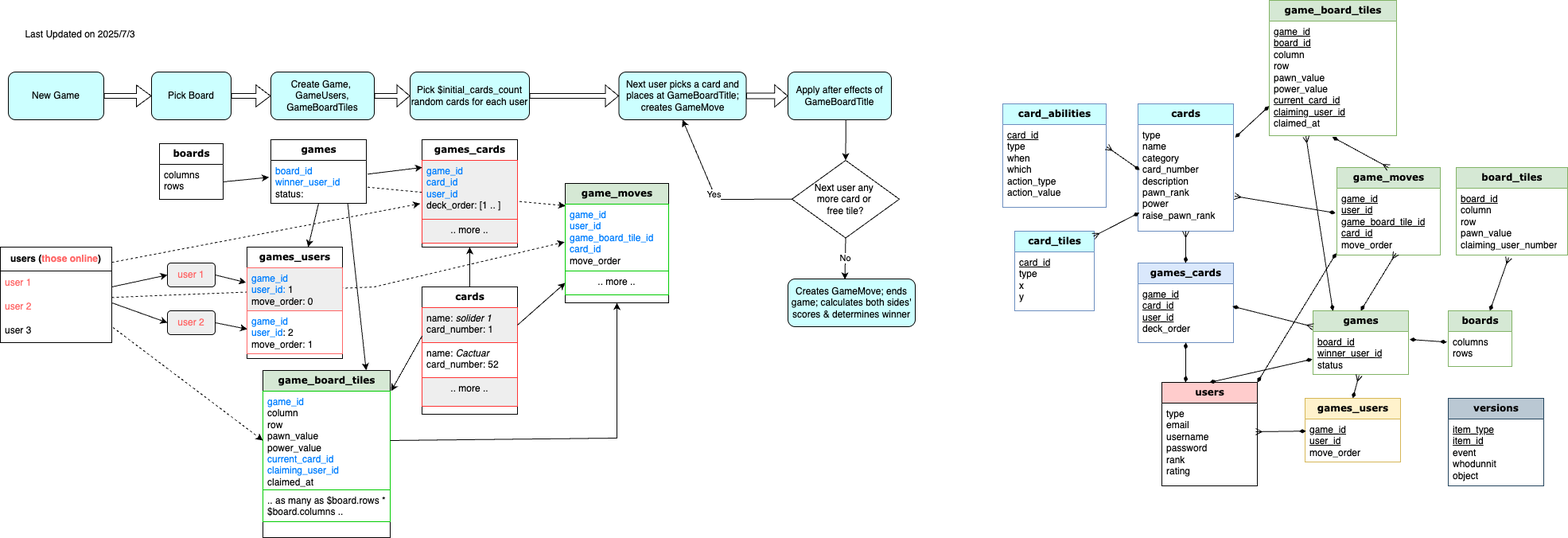
The draw.io diagram doc/diagrams/EER.drawio.png in briangan/queens_blood_by_fan, before a commit. Source tidied: cells renumbered, new cells last; positions are measured from the earlier drawing's top-left corner, leaving out a move shared by most shapes.
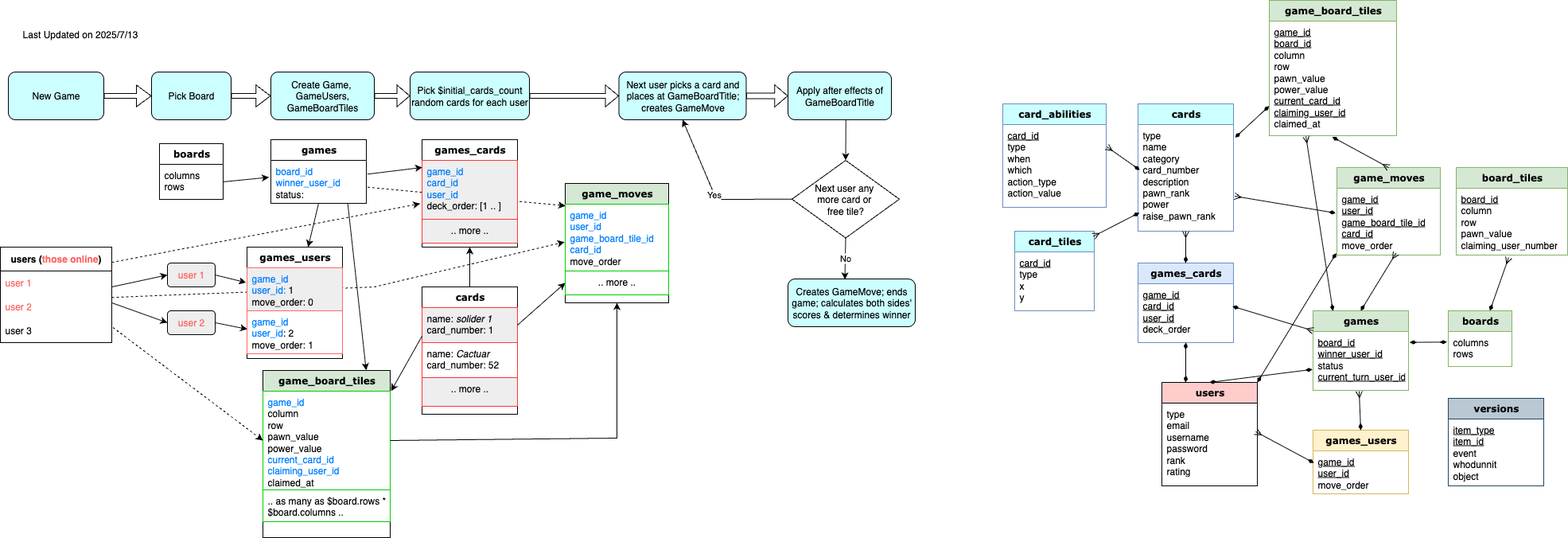
After the commit.

Commit message:
Database: dumped current cards data into seeds

Diff of the diagram source:
```diff
@@ -49,10 +49,10 @@
       <mxGeometry y="26" width="130" height="84" as="geometry" />
     </mxCell>
     <mxCell id="16" value="&lt;font style=&quot;font-size: 12px;&quot;&gt;&lt;b&gt;games&lt;/b&gt;&lt;/font&gt;" style="swimlane;html=1;fontStyle=0;horizontal=1;startSize=26;fillColor=#d5e8d4;swimlaneFillColor=#ffffff;rounded=0;shadow=0;comic=0;labelBackgroundColor=none;strokeWidth=1;fontFamily=Verdana;fontSize=10;align=center;strokeColor=#82b366;" parent="1" vertex="1">
-      <mxGeometry x="1650" y="390" width="120" height="80" as="geometry" />
+      <mxGeometry x="1650" y="390" width="120" height="100" as="geometry" />
     </mxCell>
-    <mxCell id="17" value="&lt;u&gt;board_id&lt;/u&gt;&lt;div&gt;&lt;u&gt;winner_user_id&lt;/u&gt;&lt;/div&gt;&lt;div&gt;status&lt;/div&gt;" style="text;html=1;strokeColor=none;fillColor=none;align=left;verticalAlign=top;spacingLeft=4;spacingRight=4;whiteSpace=wrap;overflow=hidden;points=[[0,0.5],[1,0.5]];portConstraint=eastwest;" parent="16" vertex="1">
-      <mxGeometry y="26" width="120" height="54" as="geometry" />
+    <mxCell id="17" value="&lt;u&gt;board_id&lt;/u&gt;&lt;div&gt;&lt;u&gt;winner_user_id&lt;/u&gt;&lt;/div&gt;&lt;div&gt;status&lt;/div&gt;&lt;div&gt;&lt;u&gt;current_turn_user_id&lt;/u&gt;&lt;/div&gt;" style="text;html=1;strokeColor=none;fillColor=none;align=left;verticalAlign=top;spacingLeft=4;spacingRight=4;whiteSpace=wrap;overflow=hidden;points=[[0,0.5],[1,0.5]];portConstraint=eastwest;" parent="16" vertex="1">
+      <mxGeometry y="26" width="120" height="74" as="geometry" />
     </mxCell>
     <mxCell id="18" value="&lt;font style=&quot;font-size: 12px;&quot;&gt;&lt;b&gt;games_cards&lt;/b&gt;&lt;/font&gt;" style="swimlane;html=1;fontStyle=0;horizontal=1;startSize=26;fillColor=#dae8fc;swimlaneFillColor=#ffffff;rounded=0;shadow=0;comic=0;labelBackgroundColor=none;strokeWidth=1;fontFamily=Verdana;fontSize=10;align=center;strokeColor=#6c8ebf;" parent="1" vertex="1">
       <mxGeometry x="1430" y="330" width="120" height="100" as="geometry" />
@@ -61,7 +61,7 @@
       <mxGeometry y="26" width="120" height="74" as="geometry" />
     </mxCell>
     <mxCell id="20" value="&lt;font style=&quot;font-size: 12px;&quot;&gt;&lt;b&gt;games_users&lt;/b&gt;&lt;/font&gt;" style="swimlane;html=1;fontStyle=0;horizontal=1;startSize=26;fillColor=#fff2cc;swimlaneFillColor=#ffffff;rounded=0;shadow=0;comic=0;labelBackgroundColor=none;strokeWidth=1;fontFamily=Verdana;fontSize=10;align=center;strokeColor=#d6b656;" parent="1" vertex="1">
-      <mxGeometry x="1640" y="500" width="120" height="80" as="geometry" />
+      <mxGeometry x="1650" y="540" width="120" height="80" as="geometry" />
     </mxCell>
     <mxCell id="21" value="&lt;u&gt;game_id&lt;/u&gt;&lt;div&gt;&lt;u&gt;user_id&lt;/u&gt;&lt;/div&gt;&lt;div&gt;move_order&lt;/div&gt;" style="text;html=1;strokeColor=none;fillColor=none;align=left;verticalAlign=top;spacingLeft=4;spacingRight=4;whiteSpace=wrap;overflow=hidden;points=[[0,0.5],[1,0.5]];portConstraint=eastwest;" parent="20" vertex="1">
       <mxGeometry y="26" width="120" height="54" as="geometry" />
@@ -308,8 +308,8 @@
     <mxCell id="99" style="endArrow=diamondThin;html=1;rounded=0;startArrow=ERmany;startFill=0;endFill=1;exitX=0.471;exitY=1.036;exitDx=0;exitDy=0;exitPerimeter=0;" parent="1" edge="1" source="98" target="6">
       <mxGeometry relative="1" as="geometry" />
     </mxCell>
-    <mxCell id="100" value="Last Updated on 2025/7/3" style="text;html=1;align=center;verticalAlign=middle;strokeColor=none;fillColor=none;" parent="1" vertex="1">
-      <mxGeometry x="20" y="28" width="160" height="30" as="geometry" />
+    <mxCell id="100" value="Last Updated on 2025/7/13" style="text;html=1;align=center;verticalAlign=middle;strokeColor=none;fillColor=none;" parent="1" vertex="1">
+      <mxGeometry x="15" y="28" width="170" height="30" as="geometry" />
     </mxCell>
   </root>
 </mxGraphModel>
```
